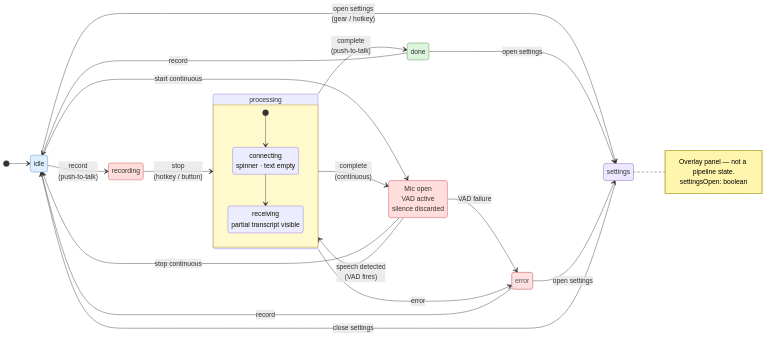
Above: docs/v2/presentation/images/state-machine.png in JohnYanez95/voice-scribe (Mermaid), before the change. Its source is kept beside it as docs/diagrams/state-machine.mmd.
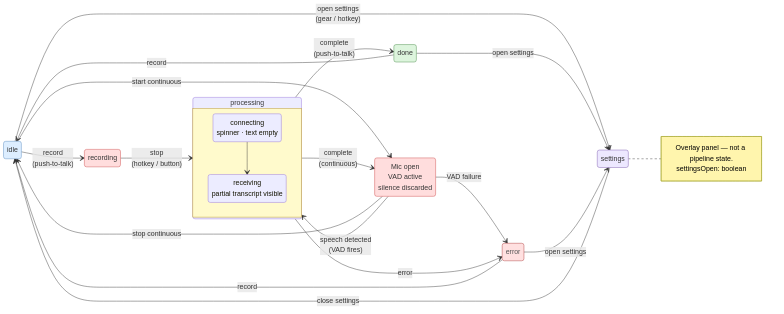
After the change.

Commit message:
Remove initial state dots from state machine diagram

[*] --> idle and [*] --> connecting removed. idle and connecting are
self-evident entry points by position — the dots add no information.

Diff of the diagram source:
```diff
@@ -7,8 +7,6 @@
     classDef successClass fill:#ddf5dd,stroke:#448844,color:#333
     classDef failureClass fill:#ffe0e0,stroke:#aa3333,color:#555
     classDef uiClass      fill:#ede8ff,stroke:#7755aa,color:#333
-
-    [*] --> idle
 
     idle --> recording : record<br/>(push-to-talk)
     idle --> listening : start continuous
@@ -22,7 +20,6 @@
 
     state processing {
         direction TB
-        [*] --> connecting
         connecting : connecting<br/>spinner · text empty
         receiving : receiving<br/>partial transcript visible
         connecting --> receiving
```
